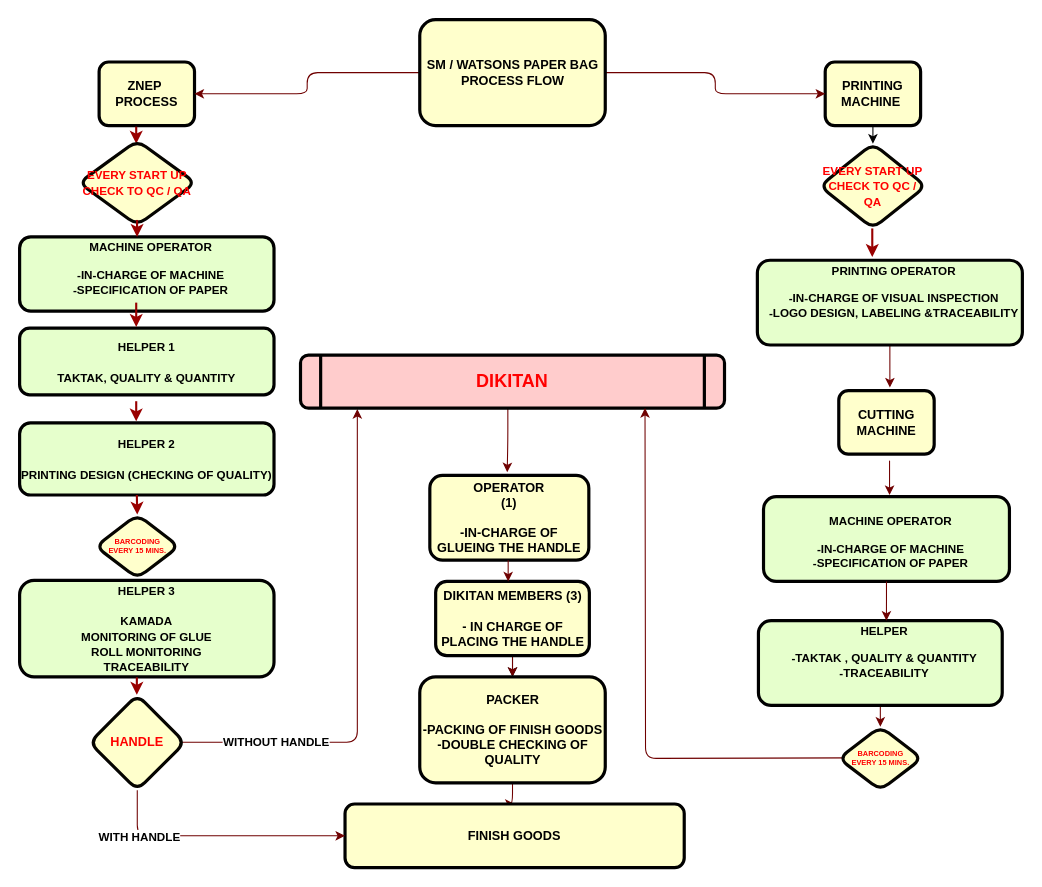
r-dapsycobbsylbnt-8700/goit-markup-hw-01 keeps this draw.io diagram as page "Page-1" (1 of 2) of flowchart dikitan.drawio. Above is the earlier version. Source tidied: cells renumbered, new cells numbered last; positions are measured from the earlier drawing's top-left corner, leaving out a move shared by most shapes. Both pictures are drawn from the tidied source at 106%, with x=0, y=0 at pixel (19, 19).
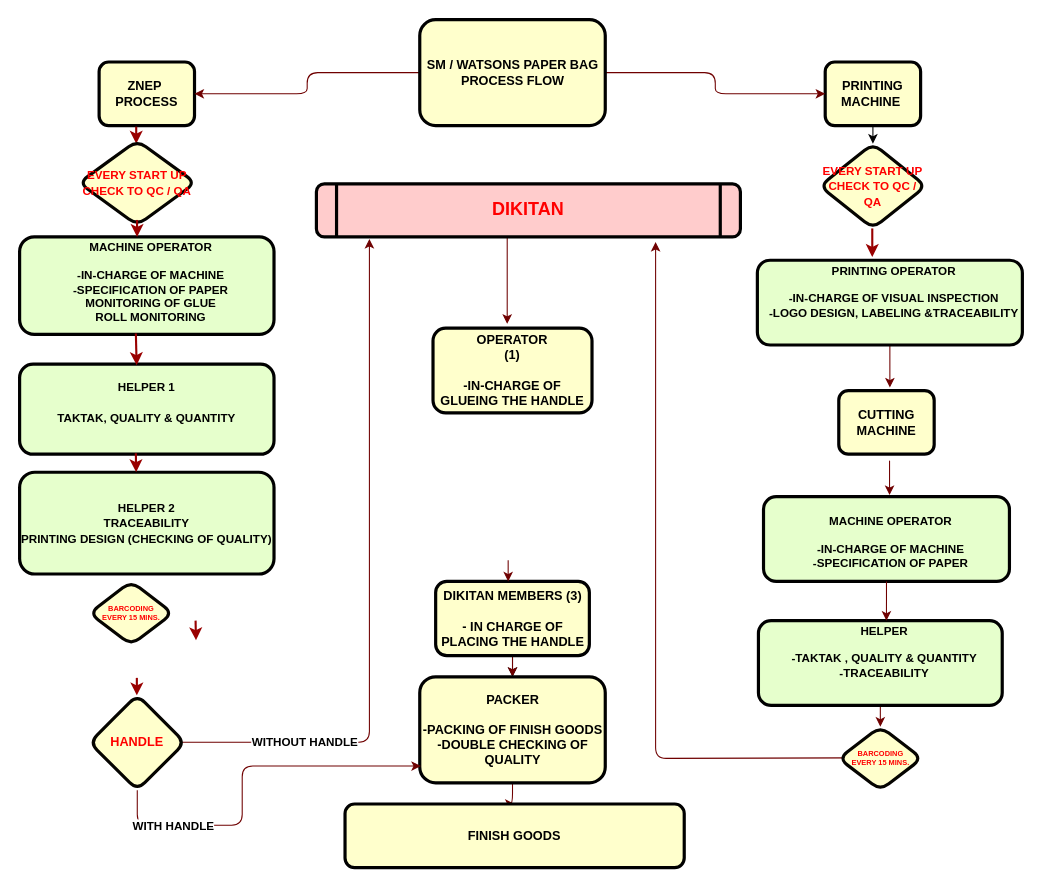
The same diagram, later.

Unchanged cells that the change refers to:
```xml
<mxCell id="29" value="PACKER&lt;br&gt;&lt;br&gt;-PACKING OF FINISH GOODS&lt;br&gt;-DOUBLE CHECKING OF QUALITY" style="whiteSpace=wrap;html=1;fillColor=#FFFFCC;fontStyle=1;strokeWidth=3;rounded=1;" parent="1" vertex="1">
  <mxGeometry x="377.5" y="620" width="175" height="100" as="geometry" />
</mxCell>
<mxCell id="30" value="FINISH GOODS" style="whiteSpace=wrap;html=1;fillColor=#FFFFCC;fontStyle=1;strokeWidth=3;rounded=1;" parent="1" vertex="1">
  <mxGeometry x="307" y="740" width="320" height="60" as="geometry" />
</mxCell>
<mxCell id="36" value="&lt;font color=&quot;#ff0000&quot;&gt;HANDLE&lt;br&gt;&lt;/font&gt;" style="rhombus;whiteSpace=wrap;html=1;rounded=1;fillColor=#FFFFCC;fontColor=#000000;strokeColor=#050400;strokeWidth=3;fontStyle=1;" parent="1" vertex="1">
  <mxGeometry x="66" y="637" width="90" height="90" as="geometry" />
</mxCell>
```

What changed in the source:
```diff
@@
-    <mxCell id="2" value="&lt;p style=&quot;margin: 0px; margin-top: 4px; text-align: center; text-decoration: underline;&quot;&gt;&lt;/p&gt;&lt;p style=&quot;margin: 0px 0px 0px 8px; font-size: 11px;&quot;&gt;&lt;font style=&quot;font-size: 11px;&quot;&gt;MACHINE OPERATOR&lt;/font&gt;&lt;/p&gt;&lt;p style=&quot;margin: 0px 0px 0px 8px; font-size: 11px;&quot;&gt;&lt;font style=&quot;font-size: 11px;&quot;&gt;&lt;br&gt;&lt;/font&gt;&lt;/p&gt;&lt;p style=&quot;margin: 0px 0px 0px 8px; font-size: 11px;&quot;&gt;&lt;font style=&quot;font-size: 11px;&quot;&gt;-IN-CHARGE OF MACHINE&lt;/font&gt;&lt;/p&gt;&lt;p style=&quot;margin: 0px 0px 0px 8px; font-size: 11px;&quot;&gt;&lt;font style=&quot;font-size: 11px;&quot;&gt;-SPECIFICATION OF PAPER&lt;/font&gt;&lt;/p&gt;" style="verticalAlign=middle;align=center;overflow=fill;fontSize=12;fontFamily=Helvetica;html=1;rounded=1;fontStyle=1;strokeWidth=3;fillColor=#E6FFCC;" parent="1" vertex="1">
-      <mxGeometry y="205" width="240" height="70" as="geometry" />
+    <mxCell id="2" value="&lt;p style=&quot;margin: 0px; margin-top: 4px; text-align: center; text-decoration: underline;&quot;&gt;&lt;/p&gt;&lt;p style=&quot;margin: 0px 0px 0px 8px; font-size: 11px;&quot;&gt;&lt;font style=&quot;font-size: 11px;&quot;&gt;MACHINE OPERATOR&lt;/font&gt;&lt;/p&gt;&lt;p style=&quot;margin: 0px 0px 0px 8px; font-size: 11px;&quot;&gt;&lt;font style=&quot;font-size: 11px;&quot;&gt;&lt;br&gt;&lt;/font&gt;&lt;/p&gt;&lt;p style=&quot;margin: 0px 0px 0px 8px; font-size: 11px;&quot;&gt;&lt;font style=&quot;font-size: 11px;&quot;&gt;-IN-CHARGE OF MACHINE&lt;/font&gt;&lt;/p&gt;&lt;p style=&quot;margin: 0px 0px 0px 8px; font-size: 11px;&quot;&gt;&lt;font style=&quot;font-size: 11px;&quot;&gt;-SPECIFICATION OF PAPER&lt;/font&gt;&lt;/p&gt;&lt;p style=&quot;margin: 0px 0px 0px 8px; font-size: 11px;&quot;&gt;&lt;font style=&quot;font-size: 11px;&quot;&gt;&lt;span style=&quot;text-wrap: wrap;&quot;&gt;MONITORING OF GLUE&lt;/span&gt;&lt;br style=&quot;text-wrap: wrap;&quot;&gt;&lt;span style=&quot;text-wrap: wrap;&quot;&gt;ROLL MONITORING&lt;/span&gt;&lt;br&gt;&lt;/font&gt;&lt;/p&gt;" style="verticalAlign=middle;align=center;overflow=fill;fontSize=12;fontFamily=Helvetica;html=1;rounded=1;fontStyle=1;strokeWidth=3;fillColor=#E6FFCC;" parent="1" vertex="1">
+      <mxGeometry y="205" width="240" height="92" as="geometry" />
     </mxCell>
@@
-    <mxCell id="7" value="&lt;font style=&quot;font-size: 11px;&quot;&gt;HELPER 1&lt;br&gt;&lt;br&gt;TAKTAK, QUALITY &amp;amp; QUANTITY&lt;/font&gt;" style="whiteSpace=wrap;html=1;fillColor=#E6FFCC;rounded=1;fontStyle=1;strokeWidth=3;" parent="1" vertex="1">
-      <mxGeometry y="291" width="240" height="63" as="geometry" />
+    <mxCell id="7" value="&lt;font style=&quot;font-size: 11px;&quot;&gt;HELPER 1&lt;br&gt;&lt;br&gt;TAKTAK, QUALITY &amp;amp; QUANTITY&lt;/font&gt;&lt;div&gt;&lt;font style=&quot;font-size: 11px;&quot;&gt;&lt;br&gt;&lt;/font&gt;&lt;/div&gt;" style="whiteSpace=wrap;html=1;fillColor=#E6FFCC;rounded=1;fontStyle=1;strokeWidth=3;" parent="1" vertex="1">
+      <mxGeometry y="325" width="240" height="85" as="geometry" />
     </mxCell>
-    <mxCell id="8" value="&lt;font style=&quot;font-size: 11px;&quot;&gt;HELPER 2&lt;br&gt;&lt;br&gt;PRINTING DESIGN (CHECKING OF QUALITY)&lt;/font&gt;" style="whiteSpace=wrap;html=1;fillColor=#E6FFCC;rounded=1;fontStyle=1;strokeWidth=3;" parent="1" vertex="1">
-      <mxGeometry y="380.5" width="240" height="68" as="geometry" />
+    <mxCell id="8" value="&lt;font style=&quot;font-size: 11px;&quot;&gt;HELPER 2&lt;/font&gt;&lt;div&gt;&lt;font style=&quot;font-size: 11px;&quot;&gt;TRACEABILITY&lt;br&gt;PRINTING DESIGN (CHECKING OF QUALITY)&lt;/font&gt;&lt;/div&gt;" style="whiteSpace=wrap;html=1;fillColor=#E6FFCC;rounded=1;fontStyle=1;strokeWidth=3;" parent="1" vertex="1">
+      <mxGeometry y="427" width="240" height="96" as="geometry" />
     </mxCell>
-    <mxCell id="9" style="edgeStyle=orthogonalEdgeStyle;rounded=1;jettySize=auto;html=1;fillColor=#a20025;strokeColor=#6F0000;exitX=0.957;exitY=0.497;exitDx=0;exitDy=0;exitPerimeter=0;entryX=0.134;entryY=1.019;entryDx=0;entryDy=0;entryPerimeter=0;" parent="1" edge="1" source="36" target="19">
-      <mxGeometry relative="1" as="geometry" />
+    <mxCell id="9" style="edgeStyle=orthogonalEdgeStyle;rounded=1;jettySize=auto;html=1;fillColor=#a20025;strokeColor=#6F0000;exitX=0.957;exitY=0.497;exitDx=0;exitDy=0;exitPerimeter=0;" parent="1" edge="1" source="36">
+      <mxGeometry relative="1" as="geometry">
+        <mxPoint x="330" y="207" as="targetPoint" />
+        <Array as="points">
+          <mxPoint x="330" y="682" />
+        </Array>
+      </mxGeometry>
     </mxCell>
     <mxCell id="10" value="&lt;b&gt;WITHOUT HANDLE&lt;/b&gt;" style="edgeLabel;html=1;align=center;verticalAlign=middle;" parent="9" vertex="1">
-      <mxGeometry x="-0.63" relative="1" as="geometry" />
+      <mxGeometry x="-0.63" relative="1" as="geometry">
+        <mxPoint x="-5" as="offset" />
+      </mxGeometry>
     </mxCell>
-    <mxCell id="11" value="&lt;font style=&quot;font-size: 11px;&quot;&gt;HELPER 3&lt;br&gt;&lt;br&gt;KAMADA&lt;br&gt;MONITORING OF GLUE&lt;br&gt;ROLL MONITORING&lt;br&gt;TRACEABILITY&lt;br&gt;&lt;/font&gt;" style="whiteSpace=wrap;html=1;fillColor=#E6FFCC;rounded=1;fontStyle=1;strokeWidth=3;" parent="1" vertex="1">
-      <mxGeometry y="529" width="240" height="91" as="geometry" />
-    </mxCell>
@@
-    <mxCell id="18" style="edgeStyle=orthogonalEdgeStyle;rounded=1;jettySize=auto;html=1;fillColor=#a20025;strokeColor=#6F0000;exitX=0.489;exitY=0.982;exitDx=0;exitDy=0;exitPerimeter=0;" parent="1" edge="1" source="19">
+    <mxCell id="18" style="edgeStyle=orthogonalEdgeStyle;rounded=1;orthogonalLoop=1;jettySize=auto;html=1;fillColor=#a20025;strokeColor=#6F0000;" parent="1" edge="1">
       <mxGeometry relative="1" as="geometry">
-        <mxPoint x="460" y="427" as="targetPoint" />
+        <mxPoint x="460" y="197" as="sourcePoint" />
+        <mxPoint x="460" y="287" as="targetPoint" />
       </mxGeometry>
     </mxCell>
     <mxCell id="19" value="DIKITAN" style="shape=process;whiteSpace=wrap;align=center;verticalAlign=middle;size=0.0475;fontStyle=1;strokeWidth=3;fillColor=#FFCCCC;fontSize=17;rounded=1;fontColor=#FF0000;" parent="1" vertex="1">
-      <mxGeometry x="265" y="316.5" width="400" height="50" as="geometry" />
+      <mxGeometry x="280" y="155" width="400" height="50" as="geometry" />
     </mxCell>
@@
-    <mxCell id="21" style="edgeStyle=none;noEdgeStyle=1;strokeColor=#990000;strokeWidth=2;rounded=1;" parent="1" edge="1">
-      <mxGeometry relative="1" as="geometry">
-        <mxPoint x="110" y="267" as="sourcePoint" />
-        <mxPoint x="110" y="290" as="targetPoint" />
-      </mxGeometry>
+    <mxCell id="21" style="edgeStyle=none;noEdgeStyle=1;strokeColor=#990000;strokeWidth=2;rounded=1;exitX=0.457;exitY=0.99;exitDx=0;exitDy=0;exitPerimeter=0;entryX=0.46;entryY=0.012;entryDx=0;entryDy=0;entryPerimeter=0;" parent="1" edge="1" source="2" target="7">
+      <mxGeometry relative="1" as="geometry" />
     </mxCell>
-    <mxCell id="22" style="edgeStyle=none;noEdgeStyle=1;strokeColor=#990000;strokeWidth=2;rounded=1;" parent="1" edge="1">
-      <mxGeometry relative="1" as="geometry">
-        <mxPoint x="110" y="360" as="sourcePoint" />
-        <mxPoint x="110" y="379" as="targetPoint" />
-      </mxGeometry>
+    <mxCell id="22" style="edgeStyle=none;noEdgeStyle=1;strokeColor=#990000;strokeWidth=2;rounded=1;entryX=0.458;entryY=0;entryDx=0;entryDy=0;entryPerimeter=0;exitX=0.457;exitY=0.989;exitDx=0;exitDy=0;exitPerimeter=0;" parent="1" edge="1" source="7" target="8">
+      <mxGeometry relative="1" as="geometry" />
     </mxCell>
     <mxCell id="23" style="edgeStyle=none;noEdgeStyle=1;strokeColor=#990000;strokeWidth=2;exitX=0.458;exitY=1.029;exitDx=0;exitDy=0;exitPerimeter=0;rounded=1;" parent="1" edge="1">
       <mxGeometry relative="1" as="geometry">
-        <mxPoint x="110.6" y="448.5" as="sourcePoint" />
-        <mxPoint x="111" y="467" as="targetPoint" />
+        <mxPoint x="166" y="567" as="sourcePoint" />
+        <mxPoint x="166.4" y="585.5" as="targetPoint" />
       </mxGeometry>
     </mxCell>
     <mxCell id="24" value="OPERATOR&#10;(1)&#10;&#10;-IN-CHARGE OF GLUEING THE HANDLE" style="whiteSpace=wrap;align=center;verticalAlign=middle;fontStyle=1;strokeWidth=3;fillColor=#FFFFCC;rounded=1;" parent="1" vertex="1">
-      <mxGeometry x="387" y="430" width="150" height="80" as="geometry" />
+      <mxGeometry x="390" y="291" width="150" height="80" as="geometry" />
     </mxCell>
@@
     <mxCell id="37" style="edgeStyle=none;noEdgeStyle=1;strokeColor=#990000;strokeWidth=2;rounded=1;" parent="1" edge="1">
       <mxGeometry relative="1" as="geometry">
-        <mxPoint x="110.6" y="620.5" as="sourcePoint" />
-        <mxPoint x="110.6" y="637" as="targetPoint" />
+        <mxPoint x="110.6" y="621" as="sourcePoint" />
+        <mxPoint x="110.6" y="637.5" as="targetPoint" />
       </mxGeometry>
     </mxCell>
-    <mxCell id="38" style="edgeStyle=orthogonalEdgeStyle;rounded=1;jettySize=auto;html=1;fillColor=#a20025;strokeColor=#6F0000;exitX=0.5;exitY=1;exitDx=0;exitDy=0;entryX=0;entryY=0.5;entryDx=0;entryDy=0;" parent="1" edge="1" source="36" target="30">
-      <mxGeometry relative="1" as="geometry" />
+    <mxCell id="38" style="edgeStyle=orthogonalEdgeStyle;rounded=1;jettySize=auto;html=1;fillColor=#a20025;strokeColor=#6F0000;entryX=0.006;entryY=0.842;entryDx=0;entryDy=0;entryPerimeter=0;" parent="1" edge="1" source="36" target="29">
+      <mxGeometry relative="1" as="geometry">
+        <Array as="points">
+          <mxPoint x="111" y="760" />
+          <mxPoint x="210" y="760" />
+          <mxPoint x="210" y="704" />
+        </Array>
+      </mxGeometry>
     </mxCell>
@@
     <mxCell id="43" value="&lt;font style=&quot;font-size: 7px;&quot; color=&quot;#ff0000&quot;&gt;BARCODING &lt;br style=&quot;font-size: 7px;&quot;&gt;EVERY 15 MINS.&lt;/font&gt;" style="rhombus;whiteSpace=wrap;html=1;rounded=1;fillColor=#FFFFCC;fontColor=#000000;strokeColor=#050400;strokeWidth=3;fontStyle=1;fontSize=7;" parent="1" vertex="1">
-      <mxGeometry x="71.8" y="467" width="78.5" height="60" as="geometry" />
+      <mxGeometry x="66" y="530" width="78.5" height="60" as="geometry" />
     </mxCell>
-    <mxCell id="44" style="edgeStyle=orthogonalEdgeStyle;rounded=1;orthogonalLoop=1;jettySize=auto;html=1;fillColor=#a20025;strokeColor=#6F0000;" parent="1" edge="1">
+    <mxCell id="44" style="edgeStyle=orthogonalEdgeStyle;rounded=1;jettySize=auto;html=1;fillColor=#a20025;strokeColor=#6F0000;entryX=0.8;entryY=1.097;entryDx=0;entryDy=0;entryPerimeter=0;" parent="1" edge="1" target="19">
       <mxGeometry relative="1" as="geometry">
         <mxPoint x="782.8" y="696.5" as="sourcePoint" />
-        <mxPoint x="590" y="366.5" as="targetPoint" />
       </mxGeometry>
     </mxCell>
```
